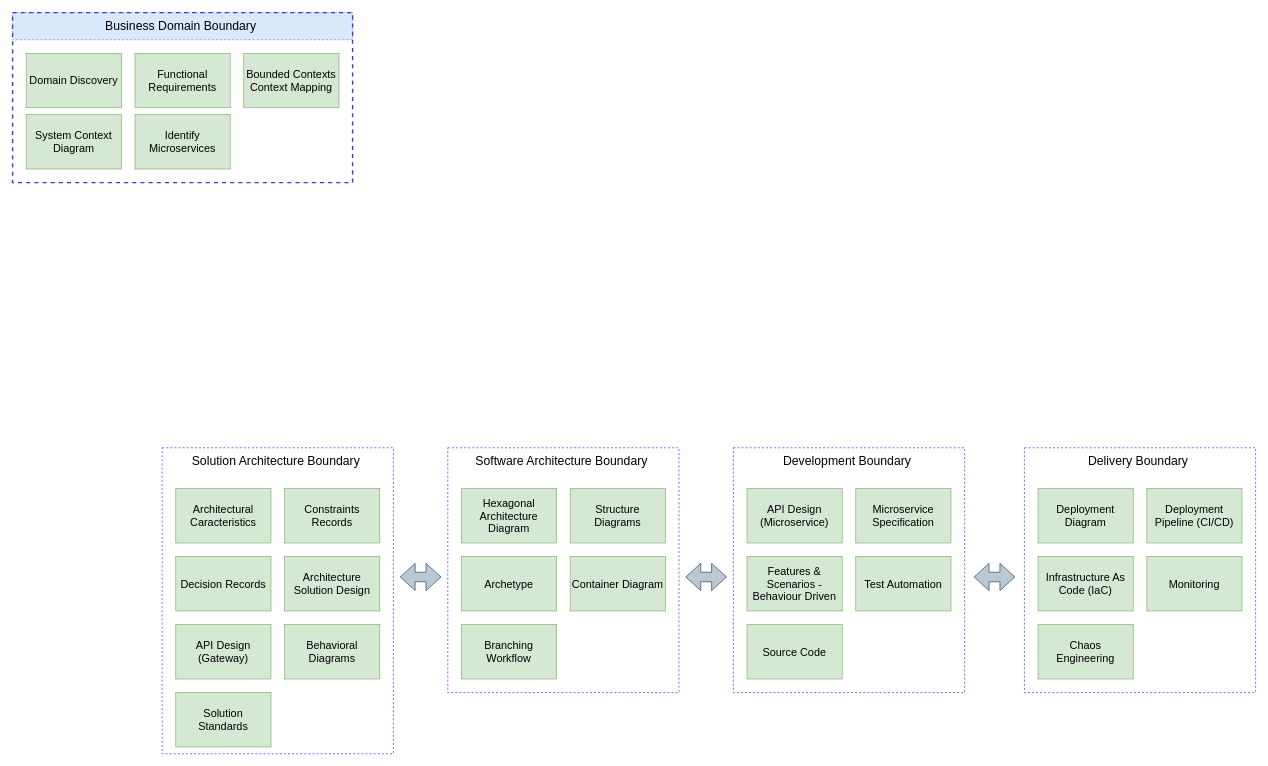
Above: microservice-architecture-solution-framework/drawio/Microservice Architecture Solution Framework.drawio in rpicanco/MicroserviceArchitectureSolutionFramework (draw.io), before the change. Source tidied: cells renumbered, new cells numbered last; positions are measured from the earlier drawing's top-left corner, leaving out a move shared by most shapes. Both pictures are drawn from the tidied source at 68%, with x=0, y=0 at pixel (12, 12).
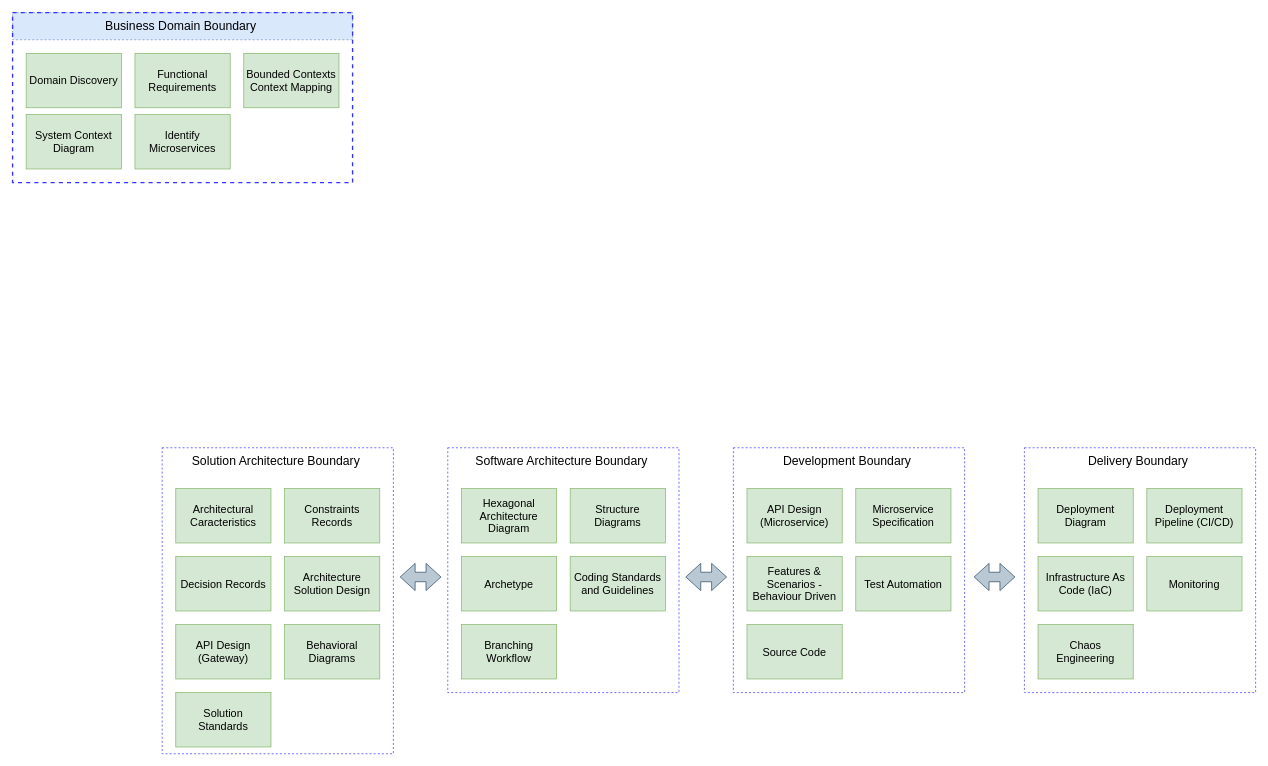
After the change.

Change to the diagram source:
```diff
@@
-    <mxCell id="16" value="&lt;span style=&quot;font-size: 16px&quot;&gt;Container Diagram&lt;/span&gt;" style="rounded=0;whiteSpace=wrap;html=1;fillColor=#d5e8d4;strokeColor=#82b366;" parent="1" vertex="1">
+    <mxCell id="16" value="&lt;span style=&quot;font-size: 16px&quot;&gt;Coding Standards and Guidelines&lt;/span&gt;" style="rounded=0;whiteSpace=wrap;html=1;fillColor=#d5e8d4;strokeColor=#82b366;" parent="1" vertex="1">
       <mxGeometry x="820" y="800" width="140" height="80" as="geometry" />
     </mxCell>
```
